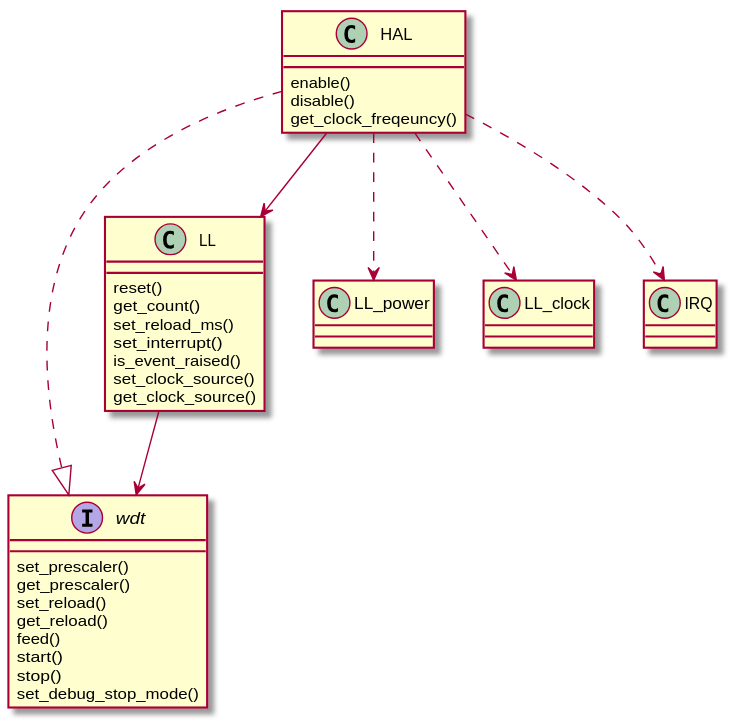
Earlier version of the PlantUML export docs/source/assets/images/wdt.svg (onkwon/halmcu).
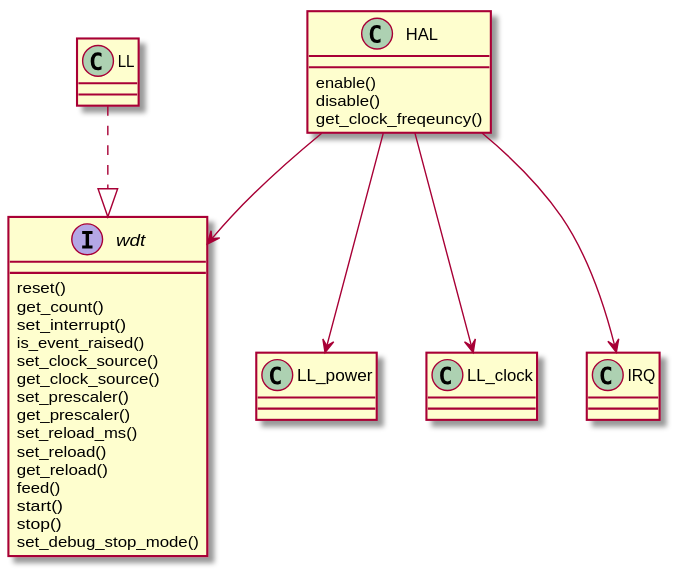
The same file after the commit.

Diff of the diagram source:
```diff
@@ -1,7 +1,14 @@
 @startuml
 interface wdt {
+	reset()
+	get_count()
+	set_interrupt()
+	is_event_raised()
+	set_clock_source()
+	get_clock_source()
 	set_prescaler()
 	get_prescaler()
+	set_reload_ms()
 	set_reload()
 	get_reload()
 	feed()
@@ -10,26 +17,15 @@
 	set_debug_stop_mode()
 }
 
-class LL {
-	reset()
-	get_count()
-	set_reload_ms()
-	set_interrupt()
-	is_event_raised()
-	set_clock_source()
-	get_clock_source()
-}
-
 class HAL {
 	enable()
 	disable()
 	get_clock_freqeuncy()
 }
 
-HAL ..|> wdt
-HAL --> LL
-HAL ..> LL_power
-HAL ..> LL_clock
-HAL ..> IRQ
-LL --> wdt
+LL ..|> wdt
+HAL --> wdt
+HAL --> LL_power
+HAL --> LL_clock
+HAL --> IRQ
 @enduml
```
